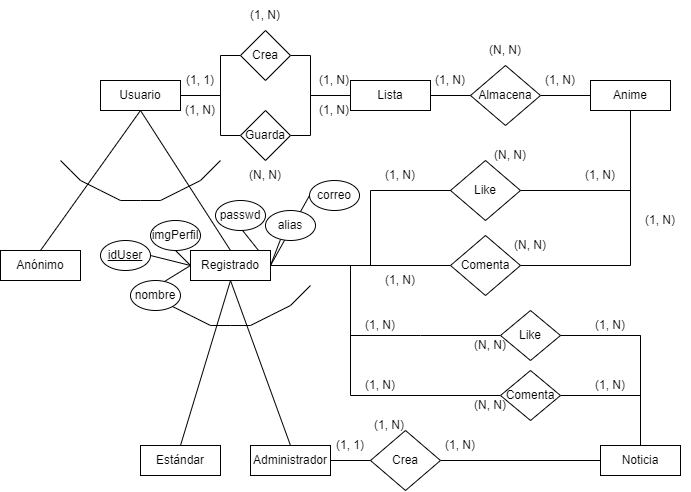
The draw.io diagram YumeanimeE-R.png in raulfarce01/yumeanime, before a commit. Source tidied: cells renumbered, new cells last; positions are measured from the earlier drawing's top-left corner, leaving out a move shared by most shapes.
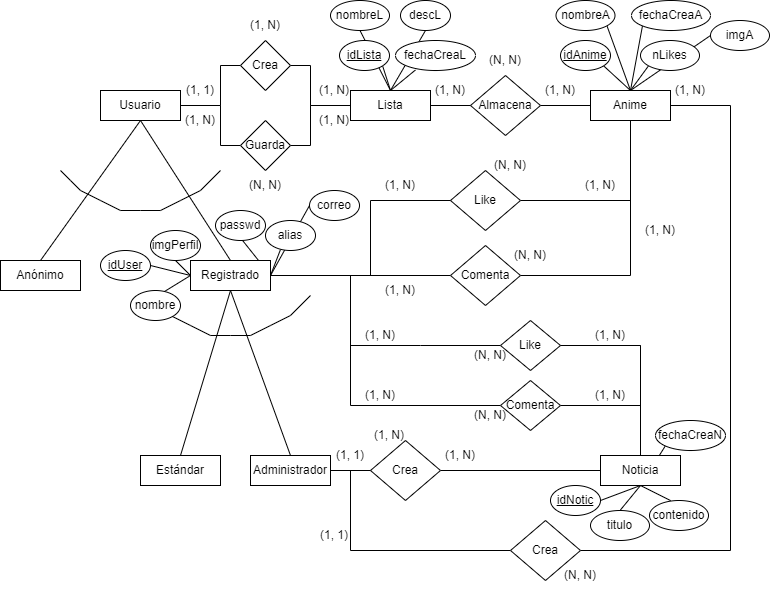
After the change.

Diff of the diagram source:
```diff
@@ -40,9 +40,28 @@
     <mxCell id="6" value="Usuario" style="rounded=0;whiteSpace=wrap;html=1;" parent="1" vertex="1">
       <mxGeometry x="100" y="80" width="80" height="30" as="geometry" />
     </mxCell>
+    <mxCell id="77" style="edgeStyle=none;rounded=0;jettySize=auto;html=1;exitX=0.5;exitY=0;exitDx=0;exitDy=0;entryX=1;entryY=1;entryDx=0;entryDy=0;endArrow=none;endFill=0;strokeColor=default;" parent="1" edge="1" source="7" target="96">
+      <mxGeometry relative="1" as="geometry" />
+    </mxCell>
+    <mxCell id="78" style="edgeStyle=none;rounded=0;jettySize=auto;html=1;exitX=0.5;exitY=0;exitDx=0;exitDy=0;entryX=0.5;entryY=1;entryDx=0;entryDy=0;endArrow=none;endFill=0;strokeColor=default;" parent="1" edge="1" source="7" target="97">
+      <mxGeometry relative="1" as="geometry" />
+    </mxCell>
+    <mxCell id="79" style="edgeStyle=none;rounded=0;jettySize=auto;html=1;exitX=0.5;exitY=0;exitDx=0;exitDy=0;entryX=0.5;entryY=1;entryDx=0;entryDy=0;endArrow=none;endFill=0;strokeColor=default;" parent="1" edge="1" source="7" target="98">
+      <mxGeometry relative="1" as="geometry" />
+    </mxCell>
+    <mxCell id="80" style="edgeStyle=none;rounded=0;jettySize=auto;html=1;exitX=0.5;exitY=0;exitDx=0;exitDy=0;entryX=0.249;entryY=0.984;entryDx=0;entryDy=0;entryPerimeter=0;endArrow=none;endFill=0;strokeColor=default;" parent="1" edge="1" source="7" target="99">
+      <mxGeometry relative="1" as="geometry" />
+    </mxCell>
     <mxCell id="7" value="Lista" style="rounded=0;whiteSpace=wrap;html=1;" parent="1" vertex="1">
       <mxGeometry x="350" y="80" width="80" height="30" as="geometry" />
     </mxCell>
+    <mxCell id="81" style="edgeStyle=none;rounded=0;jettySize=auto;html=1;exitX=0.5;exitY=1;exitDx=0;exitDy=0;entryX=0;entryY=0.5;entryDx=0;entryDy=0;endArrow=none;endFill=0;strokeColor=default;" parent="1" edge="1" source="44" target="92">
+      <mxGeometry relative="1" as="geometry">
+        <Array as="points">
+          <mxPoint x="350" y="540" />
+        </Array>
+      </mxGeometry>
+    </mxCell>
     <mxCell id="8" value="Administrador" style="rounded=0;whiteSpace=wrap;html=1;" parent="1" vertex="1">
       <mxGeometry x="250" y="445" width="80" height="30" as="geometry" />
     </mxCell>
@@ -88,6 +107,21 @@
     <mxCell id="20" style="edgeStyle=none;rounded=0;jettySize=auto;html=1;exitX=0.5;exitY=1;exitDx=0;exitDy=0;entryX=0.5;entryY=0;entryDx=0;entryDy=0;strokeColor=default;endArrow=none;endFill=0;" parent="1" edge="1" source="6" target="18">
       <mxGeometry relative="1" as="geometry" />
     </mxCell>
+    <mxCell id="82" style="edgeStyle=none;rounded=0;jettySize=auto;html=1;exitX=0.5;exitY=0;exitDx=0;exitDy=0;entryX=1;entryY=1;entryDx=0;entryDy=0;endArrow=none;endFill=0;strokeColor=default;" parent="1" edge="1" source="21" target="100">
+      <mxGeometry relative="1" as="geometry" />
+    </mxCell>
+    <mxCell id="83" style="edgeStyle=none;rounded=0;jettySize=auto;html=1;exitX=0.5;exitY=0;exitDx=0;exitDy=0;entryX=1;entryY=1;entryDx=0;entryDy=0;endArrow=none;endFill=0;strokeColor=default;" parent="1" edge="1" source="21" target="101">
+      <mxGeometry relative="1" as="geometry" />
+    </mxCell>
+    <mxCell id="84" style="edgeStyle=none;rounded=0;jettySize=auto;html=1;exitX=0.5;exitY=0;exitDx=0;exitDy=0;entryX=0;entryY=1;entryDx=0;entryDy=0;endArrow=none;endFill=0;strokeColor=default;" parent="1" edge="1" source="21" target="102">
+      <mxGeometry relative="1" as="geometry" />
+    </mxCell>
+    <mxCell id="85" style="edgeStyle=none;rounded=0;jettySize=auto;html=1;exitX=0.5;exitY=0;exitDx=0;exitDy=0;entryX=0;entryY=0.5;entryDx=0;entryDy=0;endArrow=none;endFill=0;strokeColor=default;" parent="1" edge="1" source="21" target="104">
+      <mxGeometry relative="1" as="geometry" />
+    </mxCell>
+    <mxCell id="86" style="edgeStyle=none;rounded=0;jettySize=auto;html=1;exitX=0.5;exitY=0;exitDx=0;exitDy=0;entryX=0;entryY=1;entryDx=0;entryDy=0;endArrow=none;endFill=0;strokeColor=default;" parent="1" edge="1" source="21" target="103">
+      <mxGeometry relative="1" as="geometry" />
+    </mxCell>
     <mxCell id="21" value="Anime" style="rounded=0;whiteSpace=wrap;html=1;" parent="1" vertex="1">
       <mxGeometry x="590" y="80" width="80" height="30" as="geometry" />
     </mxCell>
@@ -138,6 +172,18 @@
         </Array>
       </mxGeometry>
     </mxCell>
+    <mxCell id="87" style="edgeStyle=none;rounded=0;jettySize=auto;html=1;exitX=0.5;exitY=1;exitDx=0;exitDy=0;entryX=1;entryY=0.5;entryDx=0;entryDy=0;endArrow=none;endFill=0;strokeColor=default;" parent="1" edge="1" source="30" target="105">
+      <mxGeometry relative="1" as="geometry" />
+    </mxCell>
+    <mxCell id="88" style="edgeStyle=none;rounded=0;jettySize=auto;html=1;exitX=0.5;exitY=1;exitDx=0;exitDy=0;entryX=0.5;entryY=0;entryDx=0;entryDy=0;endArrow=none;endFill=0;strokeColor=default;" parent="1" edge="1" source="30" target="106">
+      <mxGeometry relative="1" as="geometry" />
+    </mxCell>
+    <mxCell id="89" style="edgeStyle=none;rounded=0;jettySize=auto;html=1;exitX=0.5;exitY=1;exitDx=0;exitDy=0;entryX=0.359;entryY=0.004;entryDx=0;entryDy=0;entryPerimeter=0;endArrow=none;endFill=0;strokeColor=default;" parent="1" edge="1" source="30" target="107">
+      <mxGeometry relative="1" as="geometry" />
+    </mxCell>
+    <mxCell id="90" style="edgeStyle=none;rounded=0;jettySize=auto;html=1;exitX=0.5;exitY=1;exitDx=0;exitDy=0;entryX=0;entryY=1;entryDx=0;entryDy=0;endArrow=none;endFill=0;strokeColor=default;" parent="1" edge="1" source="30" target="108">
+      <mxGeometry relative="1" as="geometry" />
+    </mxCell>
     <mxCell id="30" value="Noticia" style="rounded=0;whiteSpace=wrap;html=1;" parent="1" vertex="1">
       <mxGeometry x="600" y="445" width="80" height="30" as="geometry" />
     </mxCell>
@@ -312,5 +358,64 @@
     <mxCell id="76" value="(N, N)" style="text;html=1;strokeColor=none;fillColor=none;align=center;verticalAlign=middle;whiteSpace=wrap;rounded=0;" parent="1" vertex="1">
       <mxGeometry x="460" y="390" width="60" height="30" as="geometry" />
     </mxCell>
+    <mxCell id="91" style="edgeStyle=none;rounded=0;jettySize=auto;html=1;exitX=1;exitY=0.5;exitDx=0;exitDy=0;entryX=1;entryY=0.5;entryDx=0;entryDy=0;endArrow=none;endFill=0;strokeColor=default;" parent="1" edge="1" source="92" target="21">
+      <mxGeometry relative="1" as="geometry">
+        <Array as="points">
+          <mxPoint x="730" y="540" />
+          <mxPoint x="730" y="95" />
+        </Array>
+      </mxGeometry>
+    </mxCell>
+    <mxCell id="92" value="Crea" style="rhombus;whiteSpace=wrap;html=1;" parent="1" vertex="1">
+      <mxGeometry x="510" y="510" width="70" height="60" as="geometry" />
+    </mxCell>
+    <mxCell id="93" value="(1, 1)" style="text;html=1;strokeColor=none;fillColor=none;align=center;verticalAlign=middle;whiteSpace=wrap;rounded=0;" parent="1" vertex="1">
+      <mxGeometry x="304" y="510" width="60" height="30" as="geometry" />
+    </mxCell>
+    <mxCell id="94" value="(1, N)" style="text;html=1;strokeColor=none;fillColor=none;align=center;verticalAlign=middle;whiteSpace=wrap;rounded=0;" parent="1" vertex="1">
+      <mxGeometry x="660" y="65" width="60" height="30" as="geometry" />
+    </mxCell>
+    <mxCell id="95" value="(N, N)" style="text;html=1;strokeColor=none;fillColor=none;align=center;verticalAlign=middle;whiteSpace=wrap;rounded=0;" parent="1" vertex="1">
+      <mxGeometry x="550" y="550" width="60" height="30" as="geometry" />
+    </mxCell>
+    <mxCell id="96" value="&lt;u&gt;idLista&lt;/u&gt;" style="ellipse;whiteSpace=wrap;html=1;" parent="1" vertex="1">
+      <mxGeometry x="339" y="30" width="50" height="30" as="geometry" />
+    </mxCell>
+    <mxCell id="97" value="nombreL" style="ellipse;whiteSpace=wrap;html=1;" parent="1" vertex="1">
+      <mxGeometry x="330" y="-10" width="59" height="30" as="geometry" />
+    </mxCell>
+    <mxCell id="98" value="descL" style="ellipse;whiteSpace=wrap;html=1;" parent="1" vertex="1">
+      <mxGeometry x="400" y="-10" width="50" height="30" as="geometry" />
+    </mxCell>
+    <mxCell id="99" value="fechaCreaL" style="ellipse;whiteSpace=wrap;html=1;" parent="1" vertex="1">
+      <mxGeometry x="395" y="30" width="80" height="30" as="geometry" />
+    </mxCell>
+    <mxCell id="100" value="&lt;u&gt;idAnime&lt;/u&gt;" style="ellipse;whiteSpace=wrap;html=1;" parent="1" vertex="1">
+      <mxGeometry x="560" y="30" width="50" height="30" as="geometry" />
+    </mxCell>
+    <mxCell id="101" value="nombreA" style="ellipse;whiteSpace=wrap;html=1;" parent="1" vertex="1">
+      <mxGeometry x="555.5" y="-10" width="59" height="30" as="geometry" />
+    </mxCell>
+    <mxCell id="102" value="fechaCreaA" style="ellipse;whiteSpace=wrap;html=1;" parent="1" vertex="1">
+      <mxGeometry x="631" y="-10" width="79" height="30" as="geometry" />
+    </mxCell>
+    <mxCell id="103" value="nLikes" style="ellipse;whiteSpace=wrap;html=1;" parent="1" vertex="1">
+      <mxGeometry x="640" y="30" width="59" height="30" as="geometry" />
+    </mxCell>
+    <mxCell id="104" value="imgA" style="ellipse;whiteSpace=wrap;html=1;" parent="1" vertex="1">
+      <mxGeometry x="710" y="10" width="59" height="30" as="geometry" />
+    </mxCell>
+    <mxCell id="105" value="&lt;u&gt;idNotic&lt;/u&gt;" style="ellipse;whiteSpace=wrap;html=1;" parent="1" vertex="1">
+      <mxGeometry x="550" y="475" width="50" height="30" as="geometry" />
+    </mxCell>
+    <mxCell id="106" value="titulo" style="ellipse;whiteSpace=wrap;html=1;" parent="1" vertex="1">
+      <mxGeometry x="590" y="500" width="59" height="30" as="geometry" />
+    </mxCell>
+    <mxCell id="107" value="contenido" style="ellipse;whiteSpace=wrap;html=1;" parent="1" vertex="1">
+      <mxGeometry x="649" y="490" width="59" height="30" as="geometry" />
+    </mxCell>
+    <mxCell id="108" value="fechaCreaN" style="ellipse;whiteSpace=wrap;html=1;" parent="1" vertex="1">
+      <mxGeometry x="655" y="410" width="70" height="30" as="geometry" />
+    </mxCell>
   </root>
 </mxGraphModel>
```
